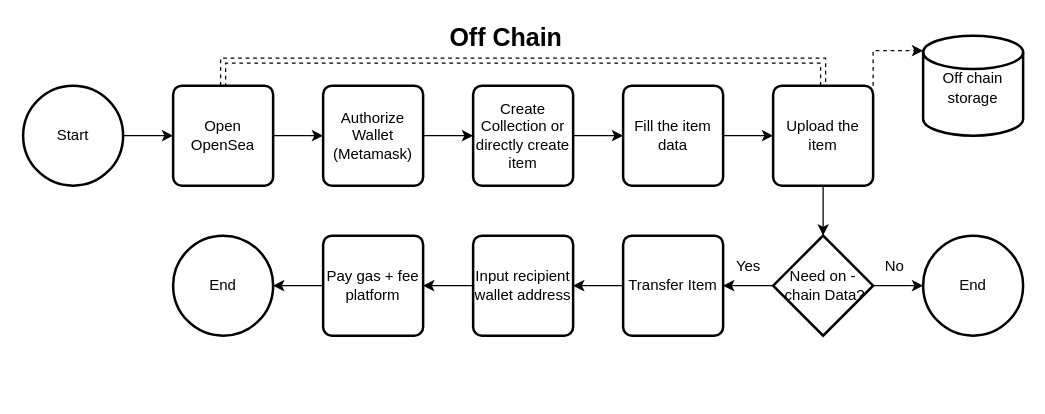
Before: Flowchart Free Mint.drawio in hanggaa/Diagram, a draw.io diagram. Source tidied: cells renumbered, new cells numbered last; positions are measured from the earlier drawing's top-left corner, leaving out a move shared by most shapes. Both pictures are drawn from the tidied source at 125%, with x=0, y=0 at pixel (22, 35).
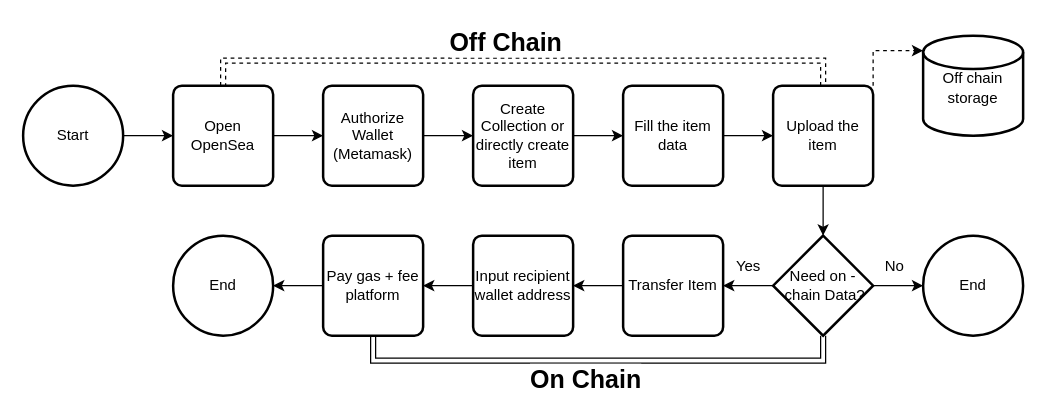
After the change.

The change refers to these unchanged cells:
```xml
<mxCell id="5" style="edgeStyle=orthogonalEdgeStyle;rounded=0;jettySize=auto;html=1;exitX=0.5;exitY=0;exitDx=0;exitDy=0;entryX=0.5;entryY=0;entryDx=0;entryDy=0;shape=link;dashed=1;" parent="1" edge="1" source="7" target="16">
  <mxGeometry relative="1" as="geometry" />
</mxCell>
<mxCell id="20" value="&lt;p style=&quot;line-height: 120%;&quot;&gt;&lt;font style=&quot;font-size: 12px;&quot;&gt;Need&amp;nbsp;&lt;/font&gt;&lt;font style=&quot;background-color: initial; font-size: 12px;&quot;&gt;on -&amp;nbsp;&lt;/font&gt;&lt;span style=&quot;background-color: initial;&quot;&gt;chain Data?&lt;/span&gt;&lt;/p&gt;" style="strokeWidth=2;html=1;shape=mxgraph.flowchart.decision;whiteSpace=wrap;fontSize=12;" parent="1" vertex="1">
  <mxGeometry x="600" y="160" width="80" height="80" as="geometry" />
</mxCell>
<mxCell id="29" value="Pay gas + fee platform" style="rounded=1;whiteSpace=wrap;html=1;absoluteArcSize=1;arcSize=14;strokeWidth=2;" parent="1" vertex="1">
  <mxGeometry x="240" y="160" width="80" height="80" as="geometry" />
</mxCell>
```

What changed in the source:
```diff
@@
     <mxCell id="6" value="&lt;b&gt;Off Chain&lt;/b&gt;" style="edgeLabel;html=1;align=center;verticalAlign=middle;fontSize=20;" parent="5" vertex="1">
       <mxGeometry x="0.12" y="4" relative="1" as="geometry">
-        <mxPoint x="-46" y="-16" as="offset" />
+        <mxPoint x="-46" y="-12" as="offset" />
       </mxGeometry>
     </mxCell>
@@
+    <mxCell id="31" style="edgeStyle=orthogonalEdgeStyle;rounded=0;jettySize=auto;html=1;exitX=0.5;exitY=1;exitDx=0;exitDy=0;exitPerimeter=0;entryX=0.5;entryY=1;entryDx=0;entryDy=0;fontSize=12;shape=link;" parent="1" edge="1" source="20" target="29">
+      <mxGeometry relative="1" as="geometry" />
+    </mxCell>
@@
+    <mxCell id="32" value="&lt;b&gt;On Chain&lt;/b&gt;" style="edgeLabel;html=1;align=center;verticalAlign=middle;fontSize=20;" parent="1" vertex="1">
+      <mxGeometry x="460" y="270" as="geometry">
+        <mxPoint x="-11" y="3" as="offset" />
+      </mxGeometry>
+    </mxCell>
```
